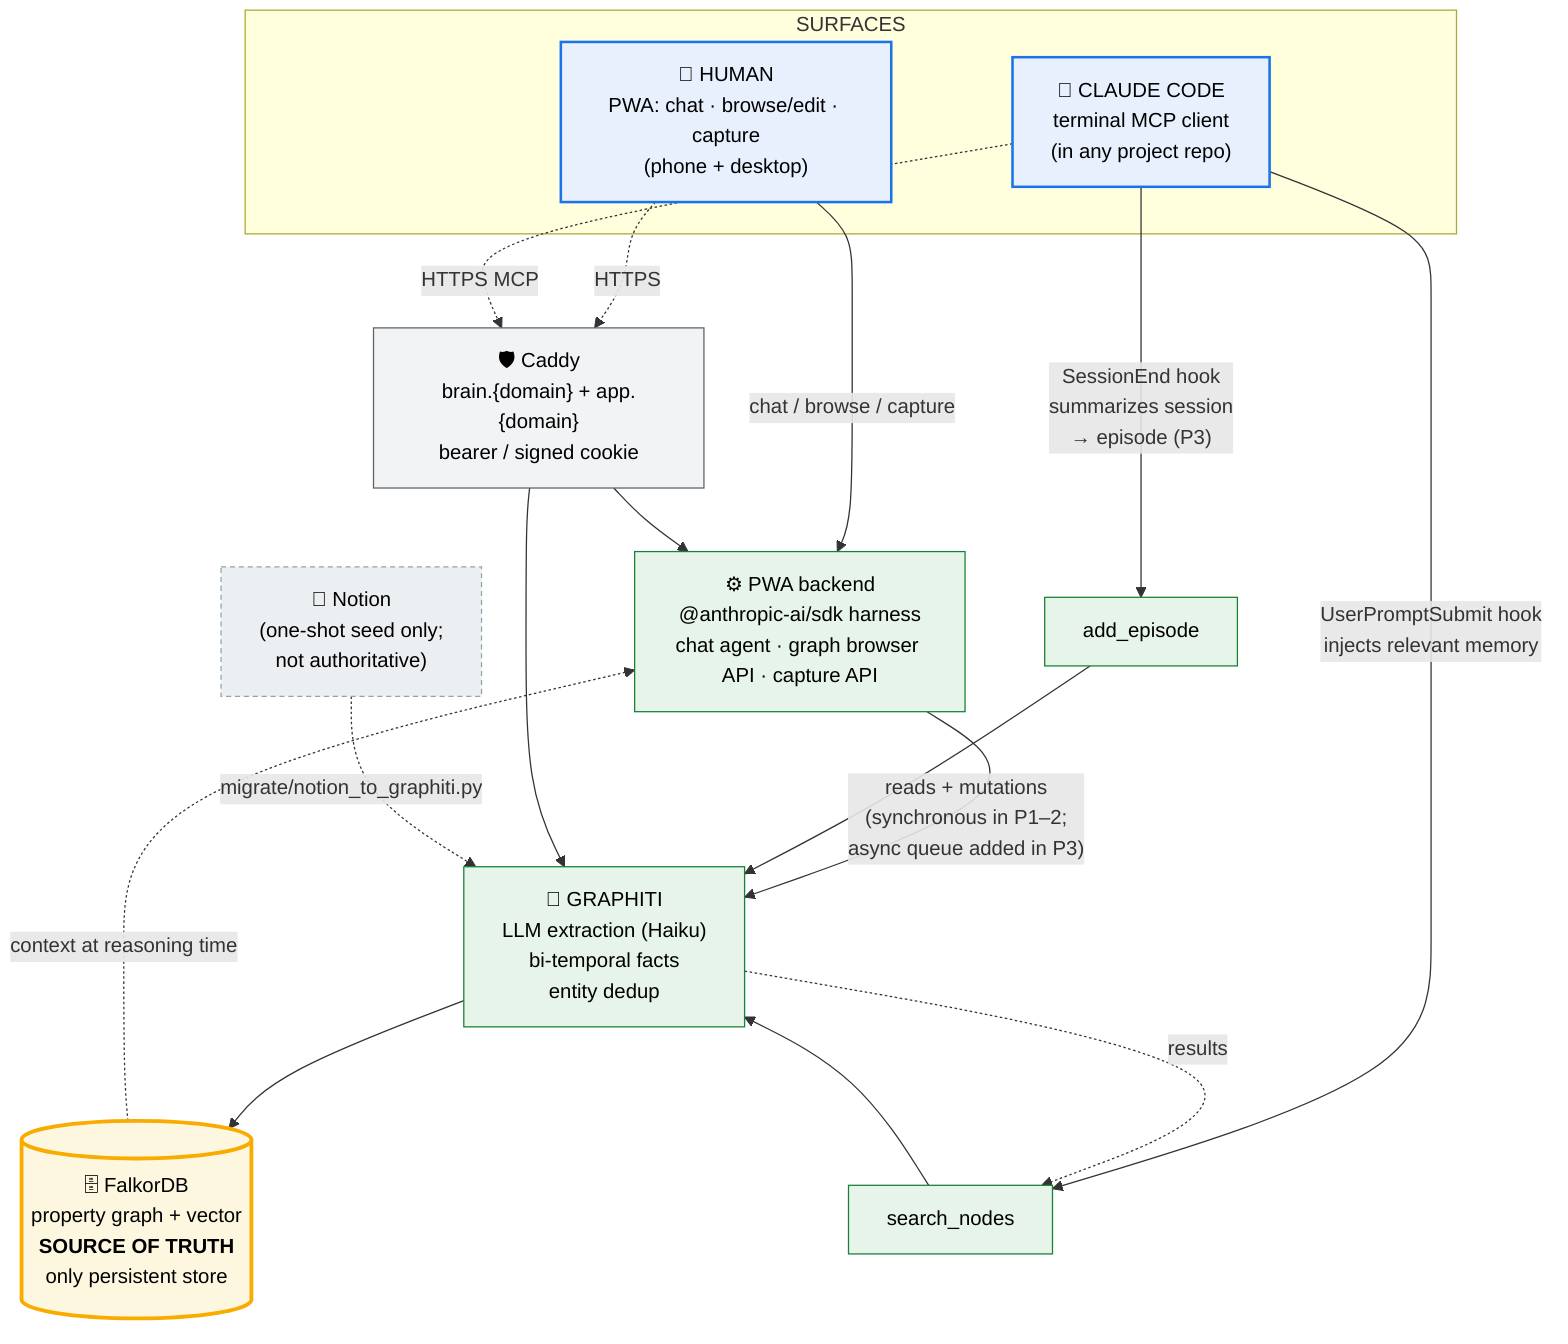
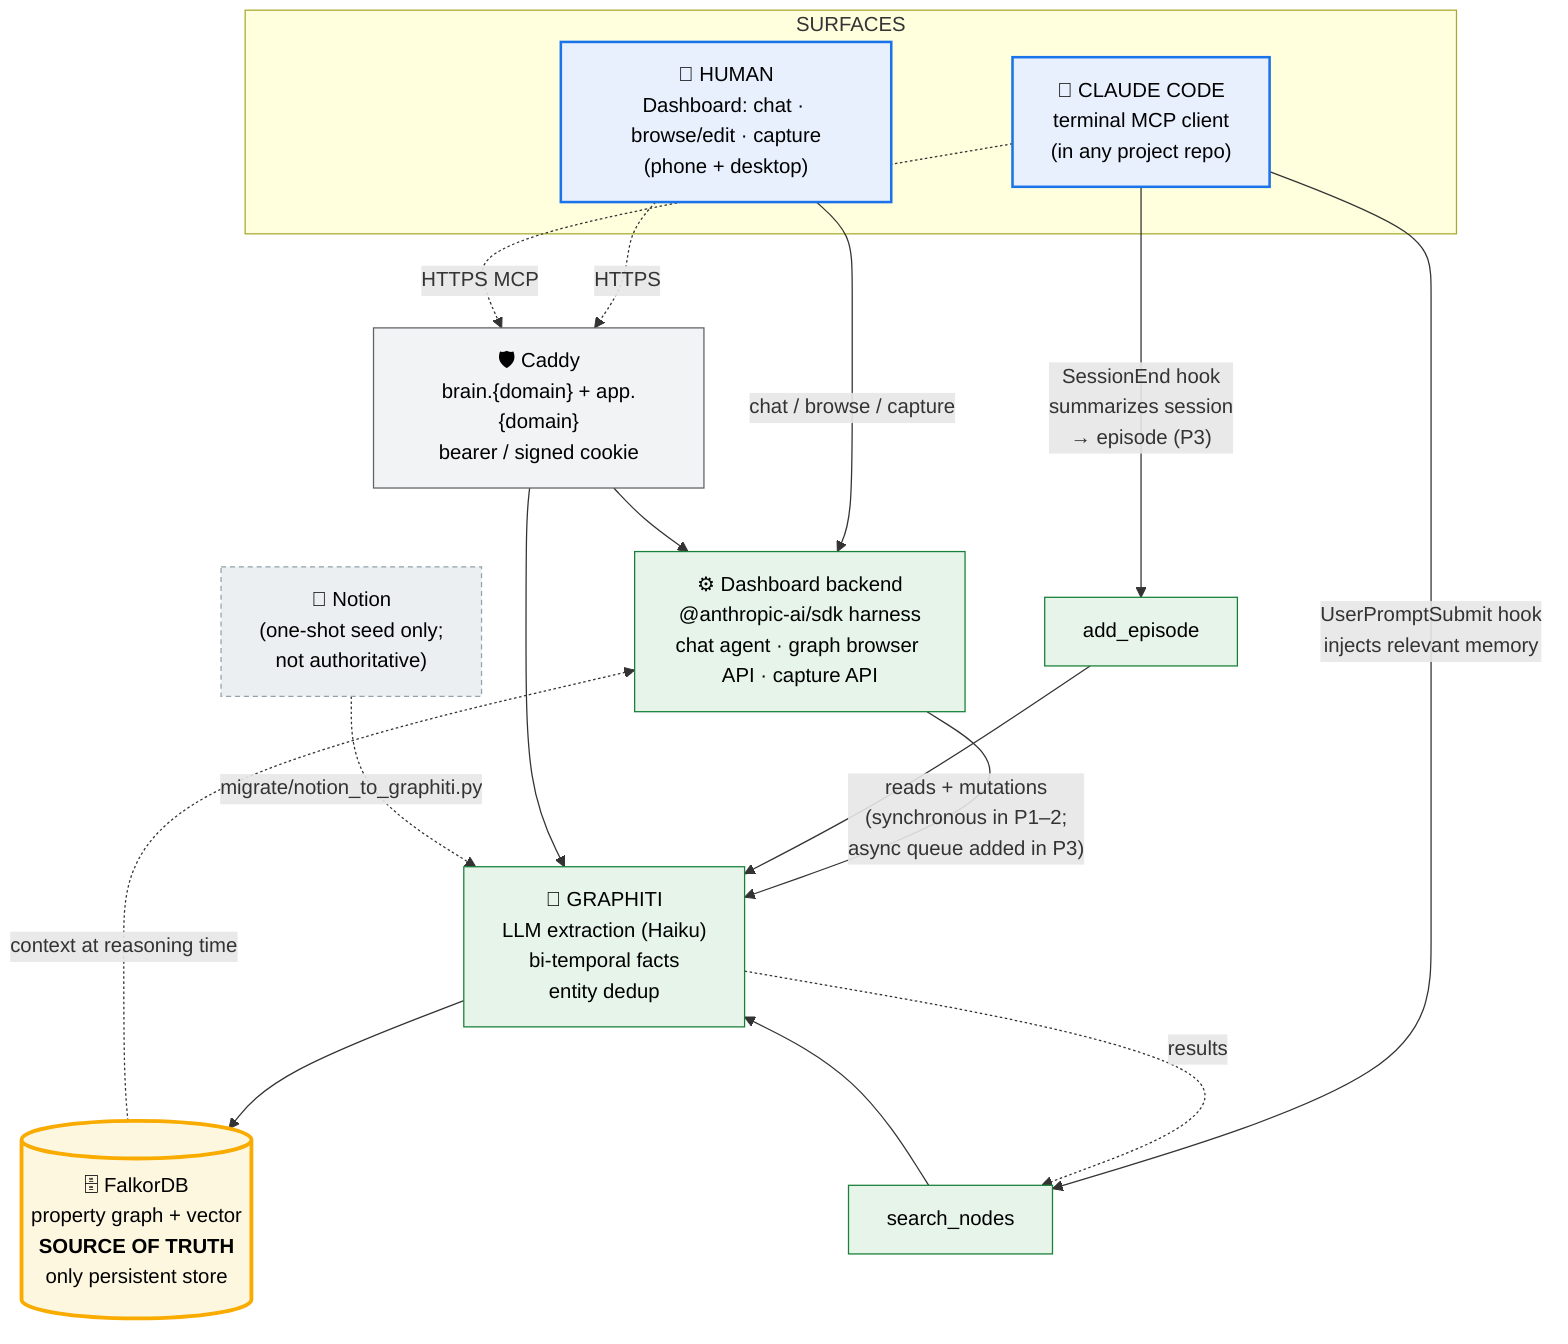
flowchart TB
    subgraph surfaces["SURFACES"]
-         H["👤 HUMAN<br/>PWA: chat · browse/edit · capture<br/>(phone + desktop)"]
+         H["👤 HUMAN<br/>Dashboard: chat · browse/edit · capture<br/>(phone + desktop)"]
        CC["🤖 CLAUDE CODE<br/>terminal MCP client<br/>(in any project repo)"]
    end

-     PWA["⚙️ PWA backend<br/>@anthropic-ai/sdk harness<br/>chat agent · graph browser API · capture API"]
+     PWA["⚙️ Dashboard backend<br/>@anthropic-ai/sdk harness<br/>chat agent · graph browser API · capture API"]

    G["🧠 GRAPHITI<br/>LLM extraction (Haiku)<br/>bi-temporal facts<br/>entity dedup"]

    DB[("🗄️ FalkorDB<br/>property graph + vector<br/><b>SOURCE OF TRUTH</b><br/>only persistent store")]

    CADDY["🛡️ Caddy<br/>brain.{domain} + app.{domain}<br/>bearer / signed cookie"]

    H -->|"chat / browse / capture"| PWA
    PWA -->|"reads + mutations<br/>(synchronous in P1–2;<br/>async queue added in P3)"| G

    CC -->|"UserPromptSubmit hook<br/>injects relevant memory"| INJ["search_nodes"]
    CC -->|"SessionEnd hook<br/>summarizes session<br/>→ episode (P3)"| HOOK["add_episode"]
    INJ --> G
    HOOK --> G

    G --> DB
    G -.->|"results"| INJ
    DB -.->|"context at reasoning time"| PWA

    H -.->|"HTTPS"| CADDY
    CC -.->|"HTTPS MCP"| CADDY
    CADDY --> PWA
    CADDY --> G

    NOTION["📓 Notion<br/>(one-shot seed only;<br/>not authoritative)"]
    NOTION -.->|"migrate/notion_to_graphiti.py"| G

    classDef surface fill:#e8f0fe,stroke:#1a73e8,stroke-width:2px,color:#000
    classDef truth fill:#fef7e0,stroke:#f9ab00,stroke-width:3px,color:#000
    classDef pipeline fill:#e6f4ea,stroke:#188038,stroke-width:1px,color:#000
    classDef edge fill:#f1f3f4,stroke:#5f6368,stroke-width:1px,color:#000
    classDef seed fill:#eceff1,stroke:#90a4ae,stroke-width:1px,color:#000,stroke-dasharray:4 3

    class H,CC surface
    class DB truth
    class PWA,G,INJ,HOOK pipeline
    class CADDY edge
    class NOTION seed
